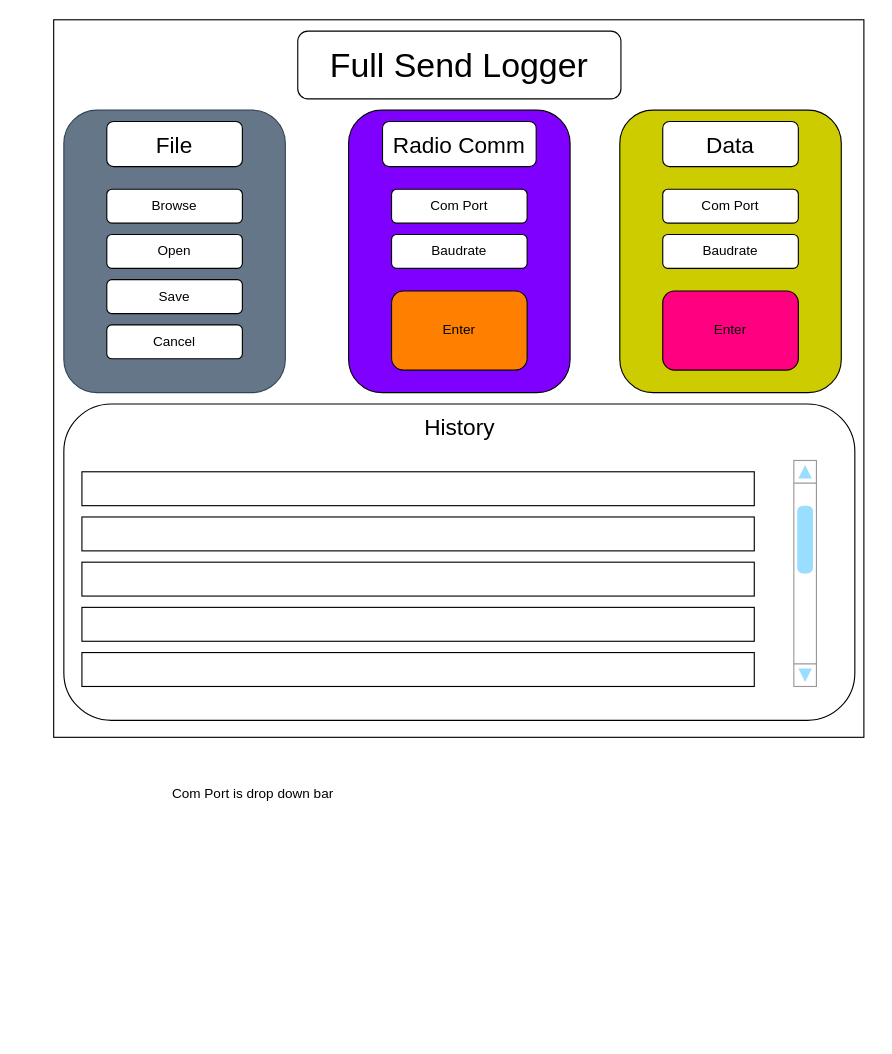
The draw.io diagram page "Main webpage" (1 of 5) of pictures/WEB View dashboard.drawio in Yobeh-blek/FullSend_Logger, before the edit. Source tidied: cells renumbered, new cells numbered last; positions are measured from the earlier drawing's top-left corner, leaving out a move shared by most shapes. Both pictures are drawn from the tidied source at 113%, with x=0, y=0 at pixel (53, 19).
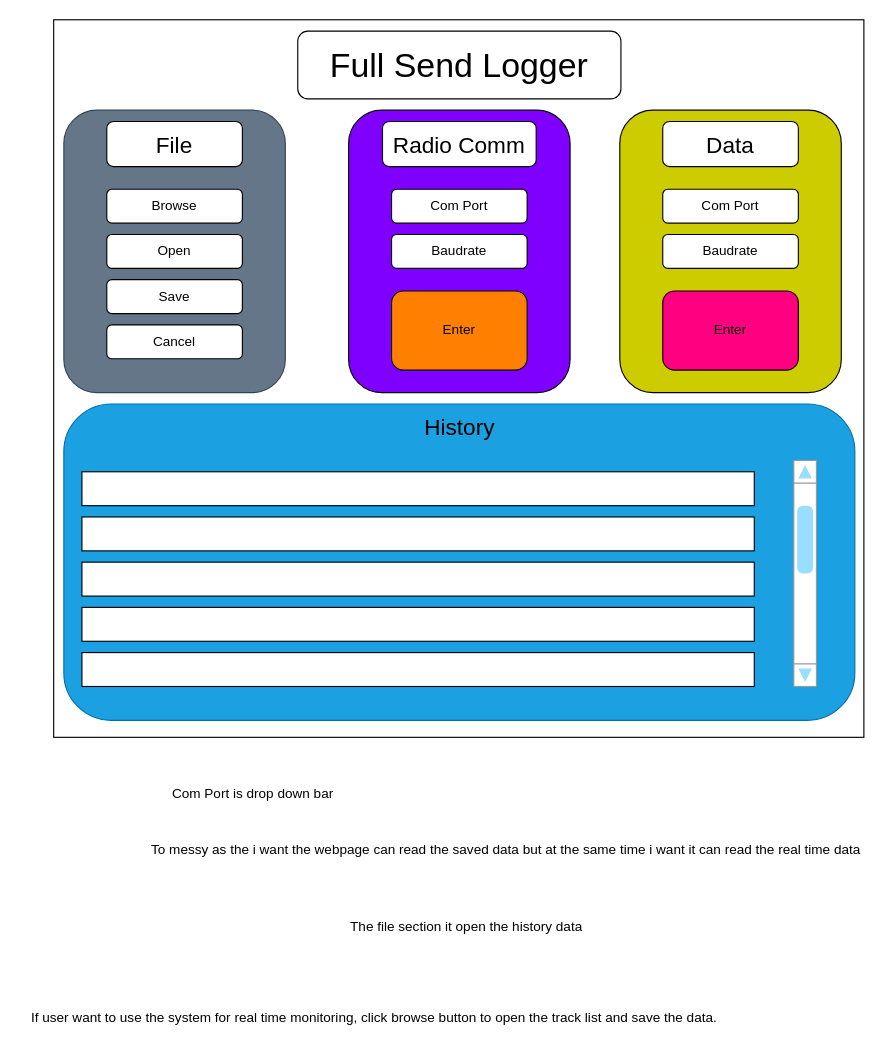
The same page after the edit.

What changed in the source:
```diff
@@
-    <mxCell id="4" style="rounded=1;whiteSpace=wrap;html=1;" parent="1" vertex="1">
+    <mxCell id="4" style="rounded=1;whiteSpace=wrap;html=1;fillColor=#1ba1e2;fontColor=#ffffff;strokeColor=#006EAF;" parent="1" vertex="1">
       <mxGeometry x="9" y="340" width="700" height="280" as="geometry" />
     </mxCell>
@@
+    <mxCell id="29" value="To messy as the i want the webpage can read the saved data but at the same time i want it can read the real time data" style="text;html=1;align=center;verticalAlign=middle;strokeColor=none;fillColor=none;" parent="1" vertex="1">
+      <mxGeometry x="75" y="720" width="650" height="30" as="geometry" />
+    </mxCell>
+    <mxCell id="30" value="The file section it open the history data" style="text;html=1;align=center;verticalAlign=middle;strokeColor=none;fillColor=none;" parent="1" vertex="1">
+      <mxGeometry x="250" y="788" width="230" height="30" as="geometry" />
+    </mxCell>
+    <mxCell id="31" value="If user want to use the system for real time monitoring, click browse button to open the track list and save the data.&amp;nbsp;" style="text;html=1;align=center;verticalAlign=middle;strokeColor=none;fillColor=none;" parent="1" vertex="1">
+      <mxGeometry x="-30" y="868" width="630" height="30" as="geometry" />
+    </mxCell>
```
